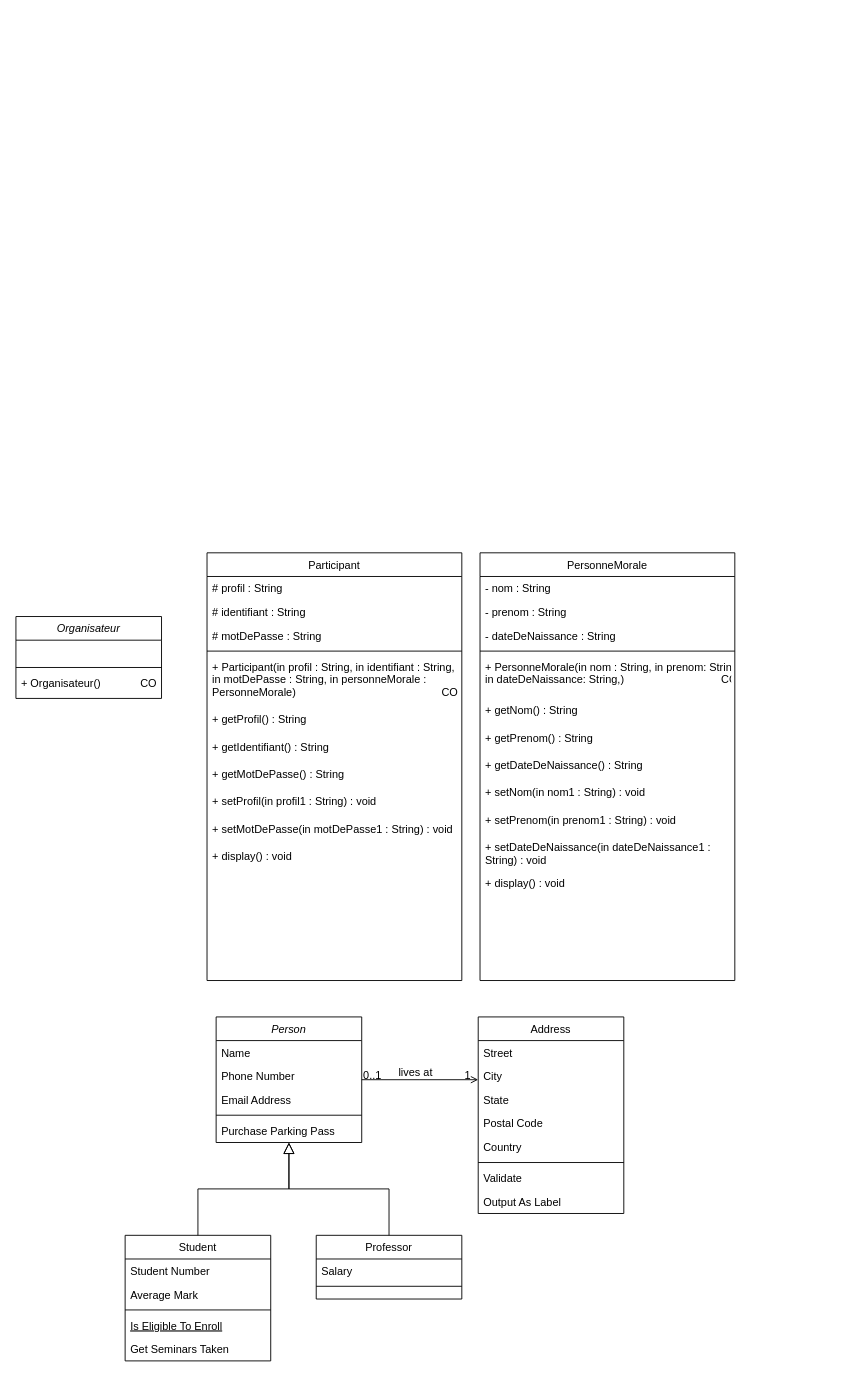
JeanLannes/Projet-De-Logiciel keeps this draw.io diagram as Diagramme de classe Romain.drawio. Above is the earlier version. Source tidied: cells renumbered, new cells numbered last; positions are measured from the earlier drawing's top-left corner, leaving out a move shared by most shapes. Both pictures are drawn from the tidied source at 91%, with x=0, y=0 at pixel (15, 552).
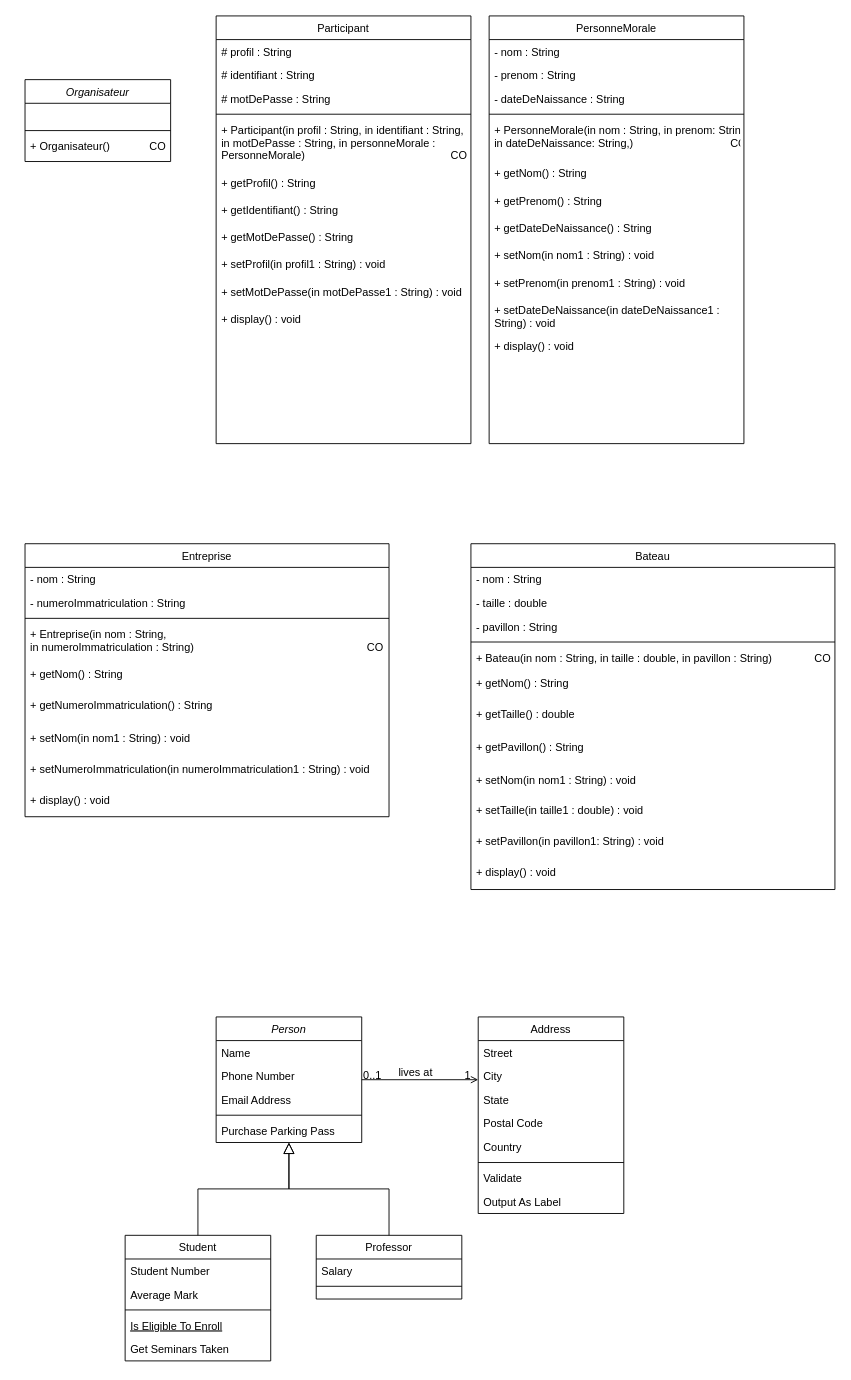
After the change.

The edit, as a diff of the source:
```diff
@@
     <mxCell id="2" value="Organisateur" style="swimlane;fontStyle=2;align=center;verticalAlign=top;horizontal=1;startSize=26;rounded=0;shadow=0;strokeWidth=1;" parent="1" vertex="1">
-      <mxGeometry y="70" width="160" height="90" as="geometry" />
+      <mxGeometry x="10" y="-520" width="160" height="90" as="geometry" />
     </mxCell>
@@
     <mxCell id="36" value="Participant" style="swimlane;fontStyle=0;align=center;verticalAlign=top;horizontal=1;startSize=26;rounded=0;shadow=0;strokeWidth=1;" parent="1" vertex="1">
-      <mxGeometry x="210" width="280" height="470" as="geometry" />
+      <mxGeometry x="220" y="-590" width="280" height="470" as="geometry" />
     </mxCell>
@@
     <mxCell id="48" value="PersonneMorale" style="swimlane;fontStyle=0;align=center;verticalAlign=top;horizontal=1;startSize=26;rounded=0;shadow=0;strokeWidth=1;" parent="1" vertex="1">
-      <mxGeometry x="510" width="280" height="470" as="geometry" />
+      <mxGeometry x="520" y="-590" width="280" height="470" as="geometry" />
     </mxCell>
@@
+    <mxCell id="61" value="Entreprise" style="swimlane;fontStyle=0;align=center;verticalAlign=top;horizontal=1;startSize=26;rounded=0;shadow=0;strokeWidth=1;" parent="1" vertex="1">
+      <mxGeometry x="10" y="-10" width="400" height="300" as="geometry" />
+    </mxCell>
+    <mxCell id="62" value="- nom : String" style="text;align=left;verticalAlign=top;spacingLeft=4;spacingRight=4;overflow=hidden;" parent="61" vertex="1">
+      <mxGeometry y="26" width="400" height="26" as="geometry" />
+    </mxCell>
+    <mxCell id="63" value="- numeroImmatriculation : String" style="text;align=left;verticalAlign=top;spacingLeft=4;spacingRight=4;overflow=hidden;rounded=0;shadow=0;html=0;" parent="61" vertex="1">
+      <mxGeometry y="52" width="400" height="26" as="geometry" />
+    </mxCell>
+    <mxCell id="64" style="line;html=1;strokeWidth=1;align=left;verticalAlign=middle;spacingTop=-1;spacingLeft=3;spacingRight=3;labelPosition=right;" parent="61" vertex="1">
+      <mxGeometry y="78" width="400" height="8" as="geometry" />
+    </mxCell>
+    <mxCell id="65" value="+ Entreprise(in nom : String, &#10;in numeroImmatriculation : String)                                                         CO&#10;" style="text;align=left;verticalAlign=top;spacingLeft=4;spacingRight=4;overflow=hidden;" parent="61" vertex="1">
+      <mxGeometry y="86" width="400" height="44" as="geometry" />
+    </mxCell>
+    <mxCell id="66" value="+ getNom() : String" style="text;align=left;verticalAlign=top;spacingLeft=4;spacingRight=4;overflow=hidden;" parent="61" vertex="1">
+      <mxGeometry y="130" width="400" height="34" as="geometry" />
+    </mxCell>
+    <mxCell id="67" value="+ getNumeroImmatriculation() : String" style="text;align=left;verticalAlign=top;spacingLeft=4;spacingRight=4;overflow=hidden;" parent="61" vertex="1">
+      <mxGeometry y="164" width="400" height="36" as="geometry" />
+    </mxCell>
+    <mxCell id="68" value="+ setNom(in nom1 : String) : void" style="text;align=left;verticalAlign=top;spacingLeft=4;spacingRight=4;overflow=hidden;" parent="61" vertex="1">
+      <mxGeometry y="200" width="400" height="34" as="geometry" />
+    </mxCell>
+    <mxCell id="69" value="+ setNumeroImmatriculation(in numeroImmatriculation1 : String) : void" style="text;align=left;verticalAlign=top;spacingLeft=4;spacingRight=4;overflow=hidden;" parent="61" vertex="1">
+      <mxGeometry y="234" width="400" height="34" as="geometry" />
+    </mxCell>
+    <mxCell id="70" value="+ display() : void" style="text;align=left;verticalAlign=top;spacingLeft=4;spacingRight=4;overflow=hidden;" parent="61" vertex="1">
+      <mxGeometry y="268" width="400" height="32" as="geometry" />
+    </mxCell>
+    <mxCell id="71" value="Bateau&#10;" style="swimlane;fontStyle=0;align=center;verticalAlign=top;horizontal=1;startSize=26;rounded=0;shadow=0;strokeWidth=1;" parent="1" vertex="1">
+      <mxGeometry x="500" y="-10" width="400" height="380" as="geometry" />
+    </mxCell>
+    <mxCell id="72" value="- nom : String" style="text;align=left;verticalAlign=top;spacingLeft=4;spacingRight=4;overflow=hidden;" parent="71" vertex="1">
+      <mxGeometry y="26" width="400" height="26" as="geometry" />
+    </mxCell>
+    <mxCell id="73" value="- taille : double" style="text;align=left;verticalAlign=top;spacingLeft=4;spacingRight=4;overflow=hidden;" parent="71" vertex="1">
+      <mxGeometry y="52" width="400" height="26" as="geometry" />
+    </mxCell>
+    <mxCell id="74" value="- pavillon : String" style="text;align=left;verticalAlign=top;spacingLeft=4;spacingRight=4;overflow=hidden;rounded=0;shadow=0;html=0;" parent="71" vertex="1">
+      <mxGeometry y="78" width="400" height="26" as="geometry" />
+    </mxCell>
+    <mxCell id="75" style="line;html=1;strokeWidth=1;align=left;verticalAlign=middle;spacingTop=-1;spacingLeft=3;spacingRight=3;labelPosition=right;" parent="71" vertex="1">
+      <mxGeometry y="104" width="400" height="8" as="geometry" />
+    </mxCell>
+    <mxCell id="76" value="+ Bateau(in nom : String, in taille : double, in pavillon : String)              CO&#10;" style="text;align=left;verticalAlign=top;spacingLeft=4;spacingRight=4;overflow=hidden;" parent="71" vertex="1">
+      <mxGeometry y="112" width="400" height="28" as="geometry" />
+    </mxCell>
+    <mxCell id="77" value="+ getNom() : String" style="text;align=left;verticalAlign=top;spacingLeft=4;spacingRight=4;overflow=hidden;" parent="71" vertex="1">
+      <mxGeometry y="140" width="400" height="34" as="geometry" />
+    </mxCell>
+    <mxCell id="78" value="+ getTaille() : double" style="text;align=left;verticalAlign=top;spacingLeft=4;spacingRight=4;overflow=hidden;" parent="71" vertex="1">
+      <mxGeometry y="174" width="400" height="36" as="geometry" />
+    </mxCell>
+    <mxCell id="79" value="+ getPavillon() : String" style="text;align=left;verticalAlign=top;spacingLeft=4;spacingRight=4;overflow=hidden;" parent="71" vertex="1">
+      <mxGeometry y="210" width="400" height="36" as="geometry" />
+    </mxCell>
+    <mxCell id="80" value="+ setNom(in nom1 : String) : void" style="text;align=left;verticalAlign=top;spacingLeft=4;spacingRight=4;overflow=hidden;" parent="71" vertex="1">
+      <mxGeometry y="246" width="400" height="34" as="geometry" />
+    </mxCell>
+    <mxCell id="81" value="+ setTaille(in taille1 : double) : void" style="text;align=left;verticalAlign=top;spacingLeft=4;spacingRight=4;overflow=hidden;" parent="71" vertex="1">
+      <mxGeometry y="280" width="400" height="34" as="geometry" />
+    </mxCell>
+    <mxCell id="82" value="+ setPavillon(in pavillon1: String) : void" style="text;align=left;verticalAlign=top;spacingLeft=4;spacingRight=4;overflow=hidden;" parent="71" vertex="1">
+      <mxGeometry y="314" width="400" height="34" as="geometry" />
+    </mxCell>
+    <mxCell id="83" value="+ display() : void" style="text;align=left;verticalAlign=top;spacingLeft=4;spacingRight=4;overflow=hidden;" parent="71" vertex="1">
+      <mxGeometry y="348" width="400" height="32" as="geometry" />
+    </mxCell>
```
